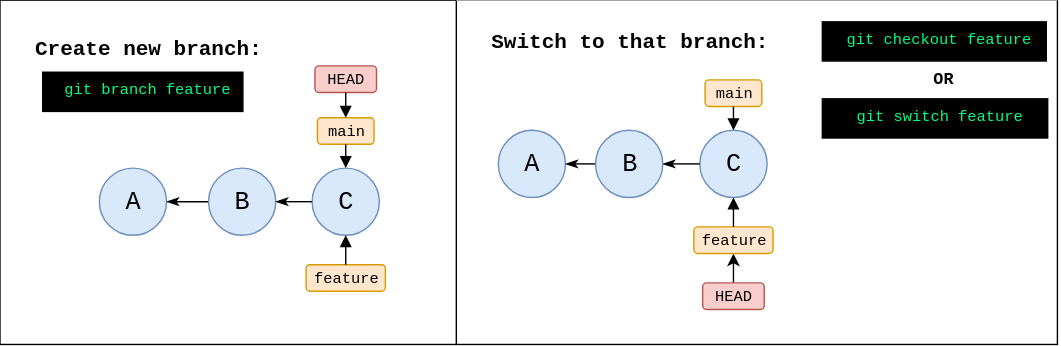
datkumar/code-journal keeps this draw.io diagram as public/diagrams/git-branch-create-switch.svg. Above is the earlier version. Source tidied: cells renumbered, new cells last; positions are measured from the earlier drawing's top-left corner, leaving out a move shared by most shapes. Source of this version:
```xml
<mxGraphModel>
  <root>
    <mxCell id="0" />
    <mxCell id="1" parent="0" />
    <mxCell id="2" style="rounded=0;whiteSpace=wrap;html=1;fillColor=light-dark(#FFFFFF,#FFFFFF);strokeColor=light-dark(#000000,#000000);fontFamily=monospace;fontColor=light-dark(#000000,#000000);fillStyle=solid;" parent="1" vertex="1">
      <mxGeometry x="326" width="429.4" height="246" as="geometry" />
    </mxCell>
    <mxCell id="3" style="rounded=0;whiteSpace=wrap;html=1;fillColor=light-dark(#FFFFFF,#FFFFFF);strokeColor=light-dark(#000000,#000000);fontFamily=monospace;fontColor=light-dark(#000000,#000000);fillStyle=solid;" parent="1" vertex="1">
      <mxGeometry width="326" height="246" as="geometry" />
    </mxCell>
    <mxCell id="4" value="A" style="ellipse;whiteSpace=wrap;html=1;fillColor=#dae8fc;strokeColor=#6c8ebf;fontSize=18;fontFamily=monospace;fontColor=light-dark(#000000,#000000);" parent="1" vertex="1">
      <mxGeometry x="71" y="120" width="48" height="48" as="geometry" />
    </mxCell>
    <mxCell id="5" style="endArrow=classicThin;html=1;rounded=0;exitX=0;exitY=0.5;exitDx=0;exitDy=0;entryX=1;entryY=0.5;entryDx=0;entryDy=0;endFill=1;fontFamily=monospace;fontColor=light-dark(#000000,#000000);strokeColor=light-dark(#000000,#000000);curved=1;" parent="1" edge="1" source="11" target="4">
      <mxGeometry relative="1" as="geometry" />
    </mxCell>
    <mxCell id="6" value="&lt;font&gt;HEAD&lt;/font&gt;" style="rounded=1;whiteSpace=wrap;html=1;fillColor=#f8cecc;strokeColor=#b85450;fontFamily=monospace;fontSize=11;align=center;verticalAlign=middle;fontColor=light-dark(#000000,#000000);" parent="1" vertex="1">
      <mxGeometry x="225" y="47" width="44" height="19" as="geometry" />
    </mxCell>
    <mxCell id="7" value="&lt;font&gt;main&lt;/font&gt;" style="rounded=1;whiteSpace=wrap;html=1;fillColor=#ffe6cc;strokeColor=#d79b00;fontFamily=monospace;fontSize=11;align=center;verticalAlign=middle;fontColor=light-dark(#000000,#000000);" parent="1" vertex="1">
      <mxGeometry x="226.8" y="84" width="40.5" height="19" as="geometry" />
    </mxCell>
    <mxCell id="8" value="&lt;font&gt;feature&lt;/font&gt;" style="rounded=1;whiteSpace=wrap;html=1;fillColor=#ffe6cc;strokeColor=#d79b00;fontFamily=monospace;fontSize=11;align=center;verticalAlign=middle;fontColor=light-dark(#000000,#000000);" parent="1" vertex="1">
      <mxGeometry x="218.7" y="189" width="56.6" height="19" as="geometry" />
    </mxCell>
    <mxCell id="9" style="endArrow=block;html=1;rounded=0;endFill=1;entryX=0.5;entryY=0;entryDx=0;entryDy=0;exitX=0.5;exitY=1;exitDx=0;exitDy=0;fontFamily=monospace;fontColor=light-dark(#000000,#000000);strokeColor=light-dark(#000000,#000000);curved=1;" parent="1" edge="1" source="6" target="7">
      <mxGeometry relative="1" as="geometry" />
    </mxCell>
    <mxCell id="10" value="&amp;nbsp;git branch feature" style="rounded=0;whiteSpace=wrap;html=1;align=center;fontFamily=monospace;fontSize=11;fillColor=#000000;strokeColor=none;fontColor=light-dark(#00FF80,#00FF80);verticalAlign=top;" parent="1" vertex="1">
      <mxGeometry x="30" y="51" width="144" height="29" as="geometry" />
    </mxCell>
    <mxCell id="11" value="B" style="ellipse;whiteSpace=wrap;html=1;fillColor=#dae8fc;strokeColor=#6c8ebf;fontSize=18;fontFamily=monospace;fontColor=light-dark(#000000,#000000);" parent="1" vertex="1">
      <mxGeometry x="149" y="120" width="48" height="48" as="geometry" />
    </mxCell>
    <mxCell id="12" value="C" style="ellipse;whiteSpace=wrap;html=1;fillColor=#dae8fc;strokeColor=#6c8ebf;fontSize=18;fontFamily=monospace;fontColor=light-dark(#000000,#000000);" parent="1" vertex="1">
      <mxGeometry x="223" y="120" width="48" height="48" as="geometry" />
    </mxCell>
    <mxCell id="13" style="endArrow=classicThin;html=1;rounded=0;exitX=0;exitY=0.5;exitDx=0;exitDy=0;entryX=1;entryY=0.5;entryDx=0;entryDy=0;endFill=1;fontFamily=monospace;fontColor=light-dark(#000000,#000000);strokeColor=light-dark(#000000,#000000);curved=1;" parent="1" edge="1" source="12" target="11">
      <mxGeometry relative="1" as="geometry" />
    </mxCell>
    <mxCell id="14" style="endArrow=block;html=1;rounded=0;exitX=0.5;exitY=1;exitDx=0;exitDy=0;endFill=1;entryX=0.5;entryY=0;entryDx=0;entryDy=0;fontFamily=monospace;fontColor=light-dark(#000000,#000000);strokeColor=light-dark(#000000,#000000);curved=1;" parent="1" edge="1" source="7" target="12">
      <mxGeometry relative="1" as="geometry" />
    </mxCell>
    <mxCell id="15" style="endArrow=block;html=1;rounded=0;exitX=0.5;exitY=0;exitDx=0;exitDy=0;endFill=1;entryX=0.5;entryY=1;entryDx=0;entryDy=0;fontFamily=monospace;fontColor=light-dark(#000000,#000000);strokeColor=light-dark(#000000,#000000);curved=1;" parent="1" edge="1" source="8" target="12">
      <mxGeometry relative="1" as="geometry" />
    </mxCell>
    <mxCell id="16" value="&amp;nbsp;git checkout feature" style="rounded=0;whiteSpace=wrap;html=1;align=center;fontFamily=monospace;fontSize=11;fillColor=#000000;strokeColor=none;fontColor=light-dark(#00FF80,#00FF80);verticalAlign=top;" parent="1" vertex="1">
      <mxGeometry x="587" y="15" width="161" height="29" as="geometry" />
    </mxCell>
    <mxCell id="17" value="Create new branch:" style="text;html=1;align=center;verticalAlign=middle;whiteSpace=wrap;rounded=0;fontStyle=1;fontSize=15;fontFamily=monospace;fontColor=light-dark(#000000,#000000);" parent="1" vertex="1">
      <mxGeometry x="13.5" y="6" width="183.5" height="57" as="geometry" />
    </mxCell>
    <mxCell id="18" value="Switch to that branch:" style="text;html=1;align=center;verticalAlign=middle;whiteSpace=wrap;rounded=0;fontStyle=1;fontSize=15;fontFamily=monospace;fontColor=light-dark(#000000,#000000);" parent="1" vertex="1">
      <mxGeometry x="342.8" width="213.5" height="59" as="geometry" />
    </mxCell>
    <mxCell id="19" value="&amp;nbsp;git switch feature" style="rounded=0;whiteSpace=wrap;html=1;align=center;fontFamily=monospace;fontSize=11;fillColor=#000000;strokeColor=none;fontColor=light-dark(#00FF80,#00FF80);verticalAlign=top;" parent="1" vertex="1">
      <mxGeometry x="587" y="70" width="162" height="29" as="geometry" />
    </mxCell>
    <mxCell id="20" value="OR" style="text;html=1;align=center;verticalAlign=middle;whiteSpace=wrap;rounded=0;fontStyle=1;fontFamily=monospace;fontColor=light-dark(#000000,#000000);" parent="1" vertex="1">
      <mxGeometry x="658" y="47" width="32" height="19" as="geometry" />
    </mxCell>
    <mxCell id="21" style="endArrow=none;html=1;rounded=0;exitX=0;exitY=0;exitDx=0;exitDy=0;entryX=1;entryY=0;entryDx=0;entryDy=0;strokeColor=#CCCCCC;fontFamily=monospace;fontColor=light-dark(#000000,#000000);" parent="1" edge="1" source="2" target="2">
      <mxGeometry relative="1" as="geometry" />
    </mxCell>
    <mxCell id="22" value="A" style="ellipse;whiteSpace=wrap;html=1;fillColor=#dae8fc;strokeColor=#6c8ebf;fontSize=18;fontFamily=monospace;fontColor=light-dark(#000000,#000000);" parent="1" vertex="1">
      <mxGeometry x="356" y="93" width="48" height="48" as="geometry" />
    </mxCell>
    <mxCell id="23" style="endArrow=classicThin;html=1;rounded=0;exitX=0;exitY=0.5;exitDx=0;exitDy=0;entryX=1;entryY=0.5;entryDx=0;entryDy=0;endFill=1;fontFamily=monospace;fontColor=light-dark(#000000,#000000);strokeColor=light-dark(#000000,#000000);curved=1;" parent="1" edge="1" source="28" target="22">
      <mxGeometry relative="1" as="geometry" />
    </mxCell>
    <mxCell id="24" style="edgeStyle=orthogonalEdgeStyle;rounded=0;jettySize=auto;html=1;exitX=0.5;exitY=0;exitDx=0;exitDy=0;entryX=0.5;entryY=1;entryDx=0;entryDy=0;" parent="1" edge="1" source="25" target="27">
      <mxGeometry relative="1" as="geometry" />
    </mxCell>
    <mxCell id="25" value="&lt;font&gt;HEAD&lt;/font&gt;" style="rounded=1;whiteSpace=wrap;html=1;fillColor=#f8cecc;strokeColor=#b85450;fontFamily=monospace;fontSize=11;align=center;verticalAlign=middle;fontColor=light-dark(#000000,#000000);" parent="1" vertex="1">
      <mxGeometry x="502" y="202" width="44" height="19" as="geometry" />
    </mxCell>
    <mxCell id="26" value="&lt;font&gt;main&lt;/font&gt;" style="rounded=1;whiteSpace=wrap;html=1;fillColor=#ffe6cc;strokeColor=#d79b00;fontFamily=monospace;fontSize=11;align=center;verticalAlign=middle;fontColor=light-dark(#000000,#000000);" parent="1" vertex="1">
      <mxGeometry x="503.8" y="57" width="40.5" height="19" as="geometry" />
    </mxCell>
    <mxCell id="27" value="&lt;font&gt;feature&lt;/font&gt;" style="rounded=1;whiteSpace=wrap;html=1;fillColor=#ffe6cc;strokeColor=#d79b00;fontFamily=monospace;fontSize=11;align=center;verticalAlign=middle;fontColor=light-dark(#000000,#000000);" parent="1" vertex="1">
      <mxGeometry x="495.7" y="162" width="56.6" height="19" as="geometry" />
    </mxCell>
    <mxCell id="28" value="B" style="ellipse;whiteSpace=wrap;html=1;fillColor=#dae8fc;strokeColor=#6c8ebf;fontSize=18;fontFamily=monospace;fontColor=light-dark(#000000,#000000);" parent="1" vertex="1">
      <mxGeometry x="425.5" y="93" width="48" height="48" as="geometry" />
    </mxCell>
    <mxCell id="29" value="C" style="ellipse;whiteSpace=wrap;html=1;fillColor=#dae8fc;strokeColor=#6c8ebf;fontSize=18;fontFamily=monospace;fontColor=light-dark(#000000,#000000);" parent="1" vertex="1">
      <mxGeometry x="500" y="93" width="48" height="48" as="geometry" />
    </mxCell>
    <mxCell id="30" style="endArrow=classicThin;html=1;rounded=0;exitX=0;exitY=0.5;exitDx=0;exitDy=0;entryX=1;entryY=0.5;entryDx=0;entryDy=0;endFill=1;fontFamily=monospace;fontColor=light-dark(#000000,#000000);strokeColor=light-dark(#000000,#000000);curved=1;" parent="1" edge="1" source="29" target="28">
      <mxGeometry relative="1" as="geometry" />
    </mxCell>
    <mxCell id="31" style="endArrow=block;html=1;rounded=0;exitX=0.5;exitY=1;exitDx=0;exitDy=0;endFill=1;entryX=0.5;entryY=0;entryDx=0;entryDy=0;fontFamily=monospace;fontColor=light-dark(#000000,#000000);strokeColor=light-dark(#000000,#000000);curved=1;" parent="1" edge="1" source="26" target="29">
      <mxGeometry relative="1" as="geometry" />
    </mxCell>
    <mxCell id="32" style="endArrow=block;html=1;rounded=0;exitX=0.5;exitY=0;exitDx=0;exitDy=0;endFill=1;entryX=0.5;entryY=1;entryDx=0;entryDy=0;fontFamily=monospace;fontColor=light-dark(#000000,#000000);strokeColor=light-dark(#000000,#000000);curved=1;" parent="1" edge="1" source="27" target="29">
      <mxGeometry relative="1" as="geometry" />
    </mxCell>
  </root>
</mxGraphModel>
```
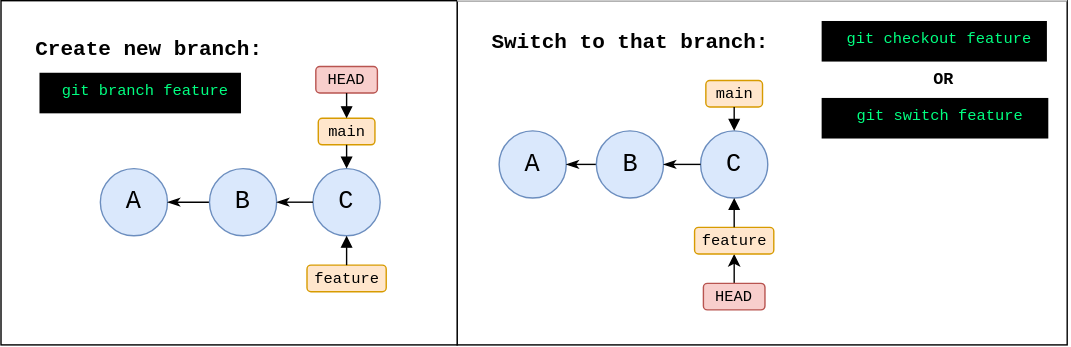
After the commit.

The edit, as a diff of the source:
```diff
@@ -3,7 +3,7 @@
     <mxCell id="0" />
     <mxCell id="1" parent="0" />
     <mxCell id="2" style="rounded=0;whiteSpace=wrap;html=1;fillColor=light-dark(#FFFFFF,#FFFFFF);strokeColor=light-dark(#000000,#000000);fontFamily=monospace;fontColor=light-dark(#000000,#000000);fillStyle=solid;" parent="1" vertex="1">
-      <mxGeometry x="326" width="429.4" height="246" as="geometry" />
+      <mxGeometry x="326" width="436" height="246" as="geometry" />
     </mxCell>
     <mxCell id="3" style="rounded=0;whiteSpace=wrap;html=1;fillColor=light-dark(#FFFFFF,#FFFFFF);strokeColor=light-dark(#000000,#000000);fontFamily=monospace;fontColor=light-dark(#000000,#000000);fillStyle=solid;" parent="1" vertex="1">
       <mxGeometry width="326" height="246" as="geometry" />
@@ -26,8 +26,8 @@
     <mxCell id="9" style="endArrow=block;html=1;rounded=0;endFill=1;entryX=0.5;entryY=0;entryDx=0;entryDy=0;exitX=0.5;exitY=1;exitDx=0;exitDy=0;fontFamily=monospace;fontColor=light-dark(#000000,#000000);strokeColor=light-dark(#000000,#000000);curved=1;" parent="1" edge="1" source="6" target="7">
       <mxGeometry relative="1" as="geometry" />
     </mxCell>
-    <mxCell id="10" value="&amp;nbsp;git branch feature" style="rounded=0;whiteSpace=wrap;html=1;align=center;fontFamily=monospace;fontSize=11;fillColor=#000000;strokeColor=none;fontColor=light-dark(#00FF80,#00FF80);verticalAlign=top;" parent="1" vertex="1">
-      <mxGeometry x="30" y="51" width="144" height="29" as="geometry" />
+    <mxCell id="10" value="&amp;nbsp;git branch feature" style="rounded=0;whiteSpace=wrap;html=1;align=center;fontFamily=monospace;fontSize=11;fillColor=light-dark(#000000,#000000);strokeColor=none;fontColor=light-dark(#00FF80,#00FF80);verticalAlign=top;" parent="1" vertex="1">
+      <mxGeometry x="28" y="52" width="144" height="29" as="geometry" />
     </mxCell>
     <mxCell id="11" value="B" style="ellipse;whiteSpace=wrap;html=1;fillColor=#dae8fc;strokeColor=#6c8ebf;fontSize=18;fontFamily=monospace;fontColor=light-dark(#000000,#000000);" parent="1" vertex="1">
       <mxGeometry x="149" y="120" width="48" height="48" as="geometry" />
@@ -44,7 +44,7 @@
     <mxCell id="15" style="endArrow=block;html=1;rounded=0;exitX=0.5;exitY=0;exitDx=0;exitDy=0;endFill=1;entryX=0.5;entryY=1;entryDx=0;entryDy=0;fontFamily=monospace;fontColor=light-dark(#000000,#000000);strokeColor=light-dark(#000000,#000000);curved=1;" parent="1" edge="1" source="8" target="12">
       <mxGeometry relative="1" as="geometry" />
     </mxCell>
-    <mxCell id="16" value="&amp;nbsp;git checkout feature" style="rounded=0;whiteSpace=wrap;html=1;align=center;fontFamily=monospace;fontSize=11;fillColor=#000000;strokeColor=none;fontColor=light-dark(#00FF80,#00FF80);verticalAlign=top;" parent="1" vertex="1">
+    <mxCell id="16" value="&amp;nbsp;git checkout feature" style="rounded=0;whiteSpace=wrap;html=1;align=center;fontFamily=monospace;fontSize=11;fillColor=light-dark(#000000,#000000);strokeColor=none;fontColor=light-dark(#00FF80,#00FF80);verticalAlign=top;" parent="1" vertex="1">
       <mxGeometry x="587" y="15" width="161" height="29" as="geometry" />
     </mxCell>
     <mxCell id="17" value="Create new branch:" style="text;html=1;align=center;verticalAlign=middle;whiteSpace=wrap;rounded=0;fontStyle=1;fontSize=15;fontFamily=monospace;fontColor=light-dark(#000000,#000000);" parent="1" vertex="1">
@@ -53,7 +53,7 @@
     <mxCell id="18" value="Switch to that branch:" style="text;html=1;align=center;verticalAlign=middle;whiteSpace=wrap;rounded=0;fontStyle=1;fontSize=15;fontFamily=monospace;fontColor=light-dark(#000000,#000000);" parent="1" vertex="1">
       <mxGeometry x="342.8" width="213.5" height="59" as="geometry" />
     </mxCell>
-    <mxCell id="19" value="&amp;nbsp;git switch feature" style="rounded=0;whiteSpace=wrap;html=1;align=center;fontFamily=monospace;fontSize=11;fillColor=#000000;strokeColor=none;fontColor=light-dark(#00FF80,#00FF80);verticalAlign=top;" parent="1" vertex="1">
+    <mxCell id="19" value="&amp;nbsp;git switch feature" style="rounded=0;whiteSpace=wrap;html=1;align=center;fontFamily=monospace;fontSize=11;fillColor=light-dark(#000000,#000000);strokeColor=none;fontColor=light-dark(#00FF80,#00FF80);verticalAlign=top;" parent="1" vertex="1">
       <mxGeometry x="587" y="70" width="162" height="29" as="geometry" />
     </mxCell>
     <mxCell id="20" value="OR" style="text;html=1;align=center;verticalAlign=middle;whiteSpace=wrap;rounded=0;fontStyle=1;fontFamily=monospace;fontColor=light-dark(#000000,#000000);" parent="1" vertex="1">
@@ -68,7 +68,7 @@
     <mxCell id="23" style="endArrow=classicThin;html=1;rounded=0;exitX=0;exitY=0.5;exitDx=0;exitDy=0;entryX=1;entryY=0.5;entryDx=0;entryDy=0;endFill=1;fontFamily=monospace;fontColor=light-dark(#000000,#000000);strokeColor=light-dark(#000000,#000000);curved=1;" parent="1" edge="1" source="28" target="22">
       <mxGeometry relative="1" as="geometry" />
     </mxCell>
-    <mxCell id="24" style="edgeStyle=orthogonalEdgeStyle;rounded=0;jettySize=auto;html=1;exitX=0.5;exitY=0;exitDx=0;exitDy=0;entryX=0.5;entryY=1;entryDx=0;entryDy=0;" parent="1" edge="1" source="25" target="27">
+    <mxCell id="24" style="edgeStyle=orthogonalEdgeStyle;rounded=0;jettySize=auto;html=1;exitX=0.5;exitY=0;exitDx=0;exitDy=0;entryX=0.5;entryY=1;entryDx=0;entryDy=0;fontFamily=monospace;" parent="1" edge="1" source="25" target="27">
       <mxGeometry relative="1" as="geometry" />
     </mxCell>
     <mxCell id="25" value="&lt;font&gt;HEAD&lt;/font&gt;" style="rounded=1;whiteSpace=wrap;html=1;fillColor=#f8cecc;strokeColor=#b85450;fontFamily=monospace;fontSize=11;align=center;verticalAlign=middle;fontColor=light-dark(#000000,#000000);" parent="1" vertex="1">
```
